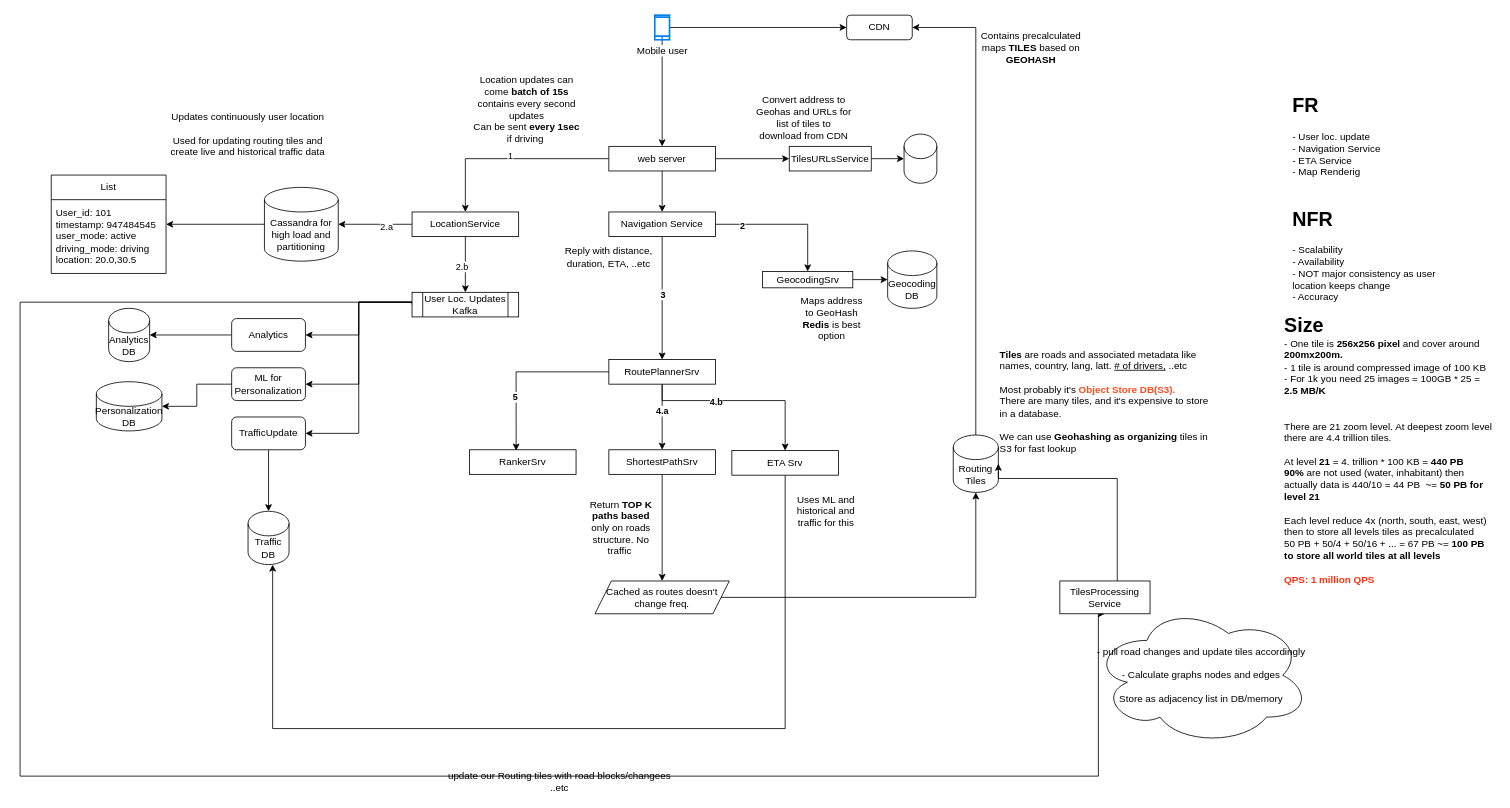
Above: GoogleMaps.drawio in aismail2008/systemdesign (draw.io), before the change. Source tidied: cells renumbered, new cells numbered last; positions are measured from the earlier drawing's top-left corner, leaving out a move shared by most shapes. Both pictures are drawn from the tidied source at 82%, with x=0, y=0 at pixel (20, 15).
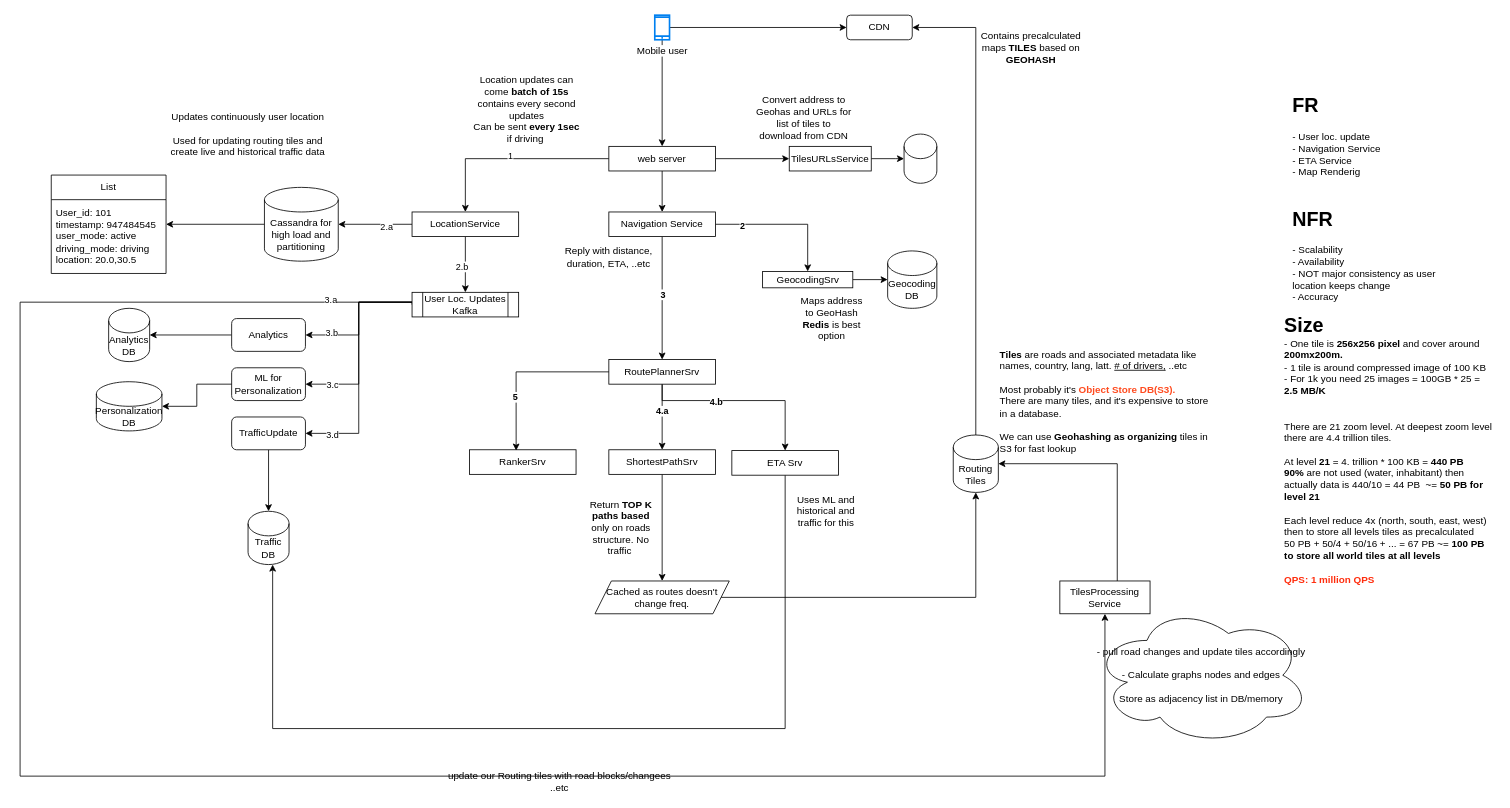
Above is the later version.

Unchanged cells that the change refers to:
```xml
<mxCell id="26" value="Routing Tiles" style="shape=cylinder3;whiteSpace=wrap;html=1;boundedLbl=1;backgroundOutline=1;size=15;" parent="1" vertex="1">
  <mxGeometry x="1138" y="512" width="55" height="70" as="geometry" />
</mxCell>
<mxCell id="38" style="edgeStyle=orthogonalEdgeStyle;rounded=0;jettySize=auto;html=1;entryX=1;entryY=0.5;entryDx=0;entryDy=0;" parent="1" edge="1" source="42" target="48">
  <mxGeometry relative="1" as="geometry">
    <Array as="points">
      <mxPoint x="413" y="350" />
      <mxPoint x="413" y="390" />
    </Array>
  </mxGeometry>
</mxCell>
<mxCell id="39" style="edgeStyle=orthogonalEdgeStyle;rounded=0;jettySize=auto;html=1;entryX=1;entryY=0.5;entryDx=0;entryDy=0;" parent="1" edge="1" source="42" target="46">
  <mxGeometry relative="1" as="geometry">
    <Array as="points">
      <mxPoint x="413" y="350" />
      <mxPoint x="413" y="450" />
    </Array>
  </mxGeometry>
</mxCell>
<mxCell id="40" style="edgeStyle=orthogonalEdgeStyle;rounded=0;jettySize=auto;html=1;entryX=1;entryY=0.5;entryDx=0;entryDy=0;" parent="1" edge="1" source="42" target="45">
  <mxGeometry relative="1" as="geometry">
    <Array as="points">
      <mxPoint x="413" y="350" />
      <mxPoint x="413" y="510" />
    </Array>
  </mxGeometry>
</mxCell>
<mxCell id="42" value="User Loc. Updates&lt;br&gt;Kafka" style="shape=process;whiteSpace=wrap;html=1;backgroundOutline=1;" parent="1" vertex="1">
  <mxGeometry x="478" y="338" width="130" height="30" as="geometry" />
</mxCell>
<mxCell id="43" value="TilesProcessing&lt;br&gt;Service" style="rounded=0;whiteSpace=wrap;html=1;" parent="1" vertex="1">
  <mxGeometry x="1268" y="690" width="110" height="40" as="geometry" />
</mxCell>
```

The edit, as a diff of the source:
```diff
@@
+    <mxCell id="79" value="3.b" style="edgeLabel;html=1;align=center;verticalAlign=middle;" parent="38" vertex="1">
+      <mxGeometry x="0.64" y="-3" relative="1" as="geometry" />
+    </mxCell>
@@
+    <mxCell id="80" value="3.c" style="edgeLabel;html=1;align=center;verticalAlign=middle;" parent="39" vertex="1">
+      <mxGeometry x="0.72" relative="1" as="geometry" />
+    </mxCell>
@@
+    <mxCell id="81" value="3.d" style="edgeLabel;html=1;align=center;verticalAlign=middle;" parent="40" vertex="1">
+      <mxGeometry x="0.78" y="1" relative="1" as="geometry" />
+    </mxCell>
     <mxCell id="41" style="edgeStyle=orthogonalEdgeStyle;rounded=0;jettySize=auto;html=1;entryX=0.5;entryY=1;entryDx=0;entryDy=0;exitX=0;exitY=0.5;exitDx=0;exitDy=0;" parent="1" edge="1" source="42" target="43">
       <mxGeometry relative="1" as="geometry">
         <Array as="points">
           <mxPoint x="478" y="350" />
           <mxPoint y="350" />
           <mxPoint y="928" />
-          <mxPoint x="1315" y="928" />
-          <mxPoint x="1315" y="730" />
+          <mxPoint x="1323" y="928" />
         </Array>
       </mxGeometry>
     </mxCell>
+    <mxCell id="82" value="3.a" style="edgeLabel;html=1;align=center;verticalAlign=middle;" parent="41" vertex="1">
+      <mxGeometry x="-0.92" y="-4" relative="1" as="geometry" />
+    </mxCell>
@@
     <mxCell id="73" style="edgeStyle=orthogonalEdgeStyle;rounded=0;jettySize=auto;html=1;entryX=1;entryY=0.5;entryDx=0;entryDy=0;entryPerimeter=0;" parent="1" edge="1" source="43" target="26">
       <mxGeometry relative="1" as="geometry">
         <Array as="points">
-          <mxPoint x="1338" y="565" />
+          <mxPoint x="1338" y="547" />
         </Array>
       </mxGeometry>
     </mxCell>
```
